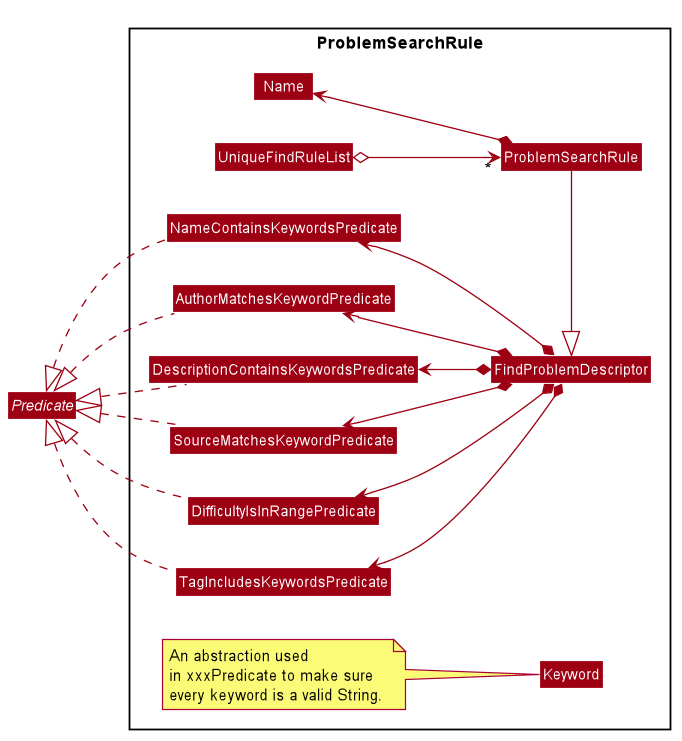
nus-cs2103-AY1920S1/addressbook-level3 keeps this PlantUML diagram as docs/images/design/model/ProblemSearchRulePackageDiagram.png. Above is the earlier version.
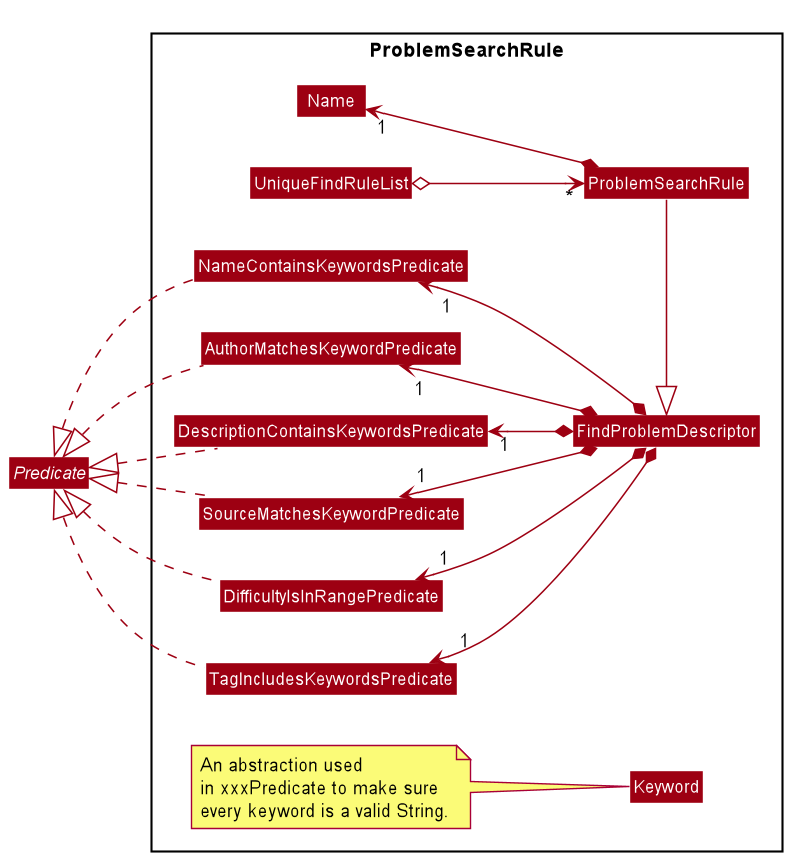
After the commit.

Diff of the diagram source:
```diff
@@ -1,4 +1,5 @@
 @startuml
+
 
 
 
@@ -59,7 +60,6 @@
 
 package ProblemSearchRule {
 
-    class Keyword
     class Name
 
     class ProblemSearchRule
@@ -74,6 +74,7 @@
     class DifficultyIsInRangePredicate
     class TagIncludesKeywordsPredicate
 
+    class Keyword
     note left of Keyword
     An abstraction used
     in xxxPredicate to make sure
@@ -90,14 +91,14 @@
 Predicate <|.. DifficultyIsInRangePredicate
 Predicate <|.. TagIncludesKeywordsPredicate
 
-NameContainsKeywordsPredicate <--* FindProblemDescriptor
-AuthorMatchesKeywordPredicate <--* FindProblemDescriptor
-DescriptionContainsKeywordsPredicate <--* FindProblemDescriptor
-SourceMatchesKeywordPredicate <--* FindProblemDescriptor
-DifficultyIsInRangePredicate <--* FindProblemDescriptor
-TagIncludesKeywordsPredicate <--* FindProblemDescriptor
+NameContainsKeywordsPredicate "1" <--* FindProblemDescriptor
+AuthorMatchesKeywordPredicate "1" <--* FindProblemDescriptor
+DescriptionContainsKeywordsPredicate "1" <--* FindProblemDescriptor
+SourceMatchesKeywordPredicate "1" <--* FindProblemDescriptor
+DifficultyIsInRangePredicate "1" <--* FindProblemDescriptor
+TagIncludesKeywordsPredicate "1" <--* FindProblemDescriptor
 
 ProblemSearchRule -u|> FindProblemDescriptor
-ProblemSearchRule *--u> Name
+ProblemSearchRule *--u> "1" Name
 
 @enduml
```
